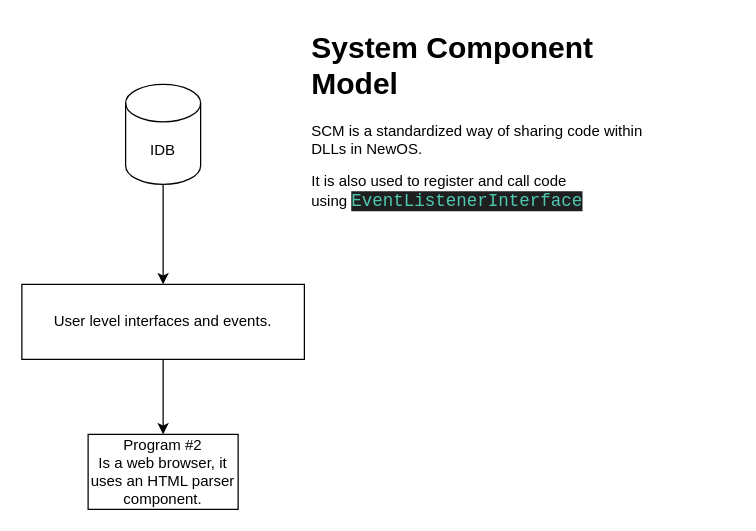
nekernel-org/nekernel keeps this draw.io diagram as SCIKit/SCM.drawio. Above is the earlier version. Source tidied: cells renumbered, new cells numbered last; positions are measured from the earlier drawing's top-left corner, leaving out a move shared by most shapes. Both pictures are drawn from the tidied source at 125%, with x=0, y=0 at pixel (21, 21).
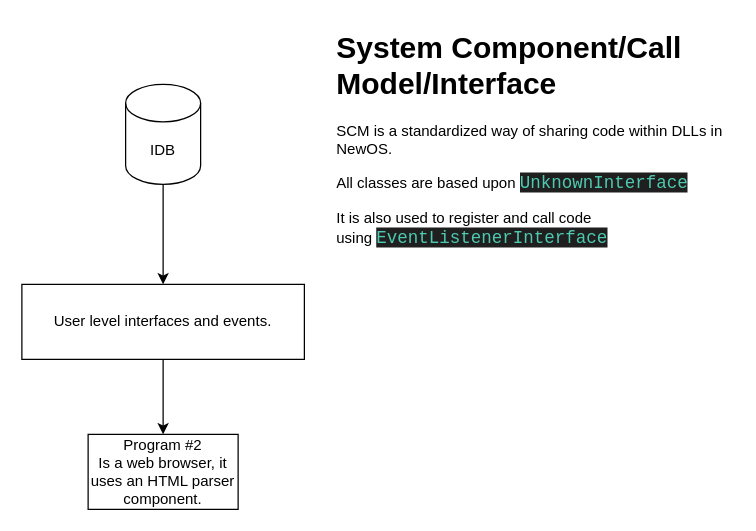
The same diagram, later.

Commit message:
[FIX] Update draw.io diagram inside SCIKit.

The edit, as a diff of the source:
```diff
@@
 <mxGraphModel>
   <root>
     <mxCell id="0" />
     <mxCell id="1" parent="0" />
     <mxCell id="2" style="edgeStyle=orthogonalEdgeStyle;rounded=0;jettySize=auto;html=1;exitX=0.5;exitY=1;exitDx=0;exitDy=0;entryX=0.5;entryY=0;entryDx=0;entryDy=0;" parent="1" edge="1" source="3" target="6">
       <mxGeometry relative="1" as="geometry" />
     </mxCell>
     <mxCell id="3" value="User level interfaces and events." style="rounded=0;whiteSpace=wrap;html=1;" parent="1" vertex="1">
       <mxGeometry y="210" width="226" height="60" as="geometry" />
     </mxCell>
     <mxCell id="4" style="edgeStyle=orthogonalEdgeStyle;rounded=0;jettySize=auto;html=1;" parent="1" edge="1" source="5" target="3">
       <mxGeometry relative="1" as="geometry" />
     </mxCell>
     <mxCell id="5" value="IDB" style="shape=cylinder3;whiteSpace=wrap;html=1;boundedLbl=1;backgroundOutline=1;size=15;" parent="1" vertex="1">
       <mxGeometry x="83" y="50" width="60" height="80" as="geometry" />
     </mxCell>
     <mxCell id="6" value="Program #2&lt;div&gt;Is a web browser, it uses an HTML parser component.&lt;/div&gt;" style="rounded=0;whiteSpace=wrap;html=1;" parent="1" vertex="1">
       <mxGeometry x="53" y="330" width="120" height="60" as="geometry" />
     </mxCell>
-    <mxCell id="7" value="&lt;h1 style=&quot;margin-top: 0px;&quot;&gt;System Component Model&lt;/h1&gt;&lt;p&gt;SCM is a standardized way of sharing code within DLLs in NewOS.&lt;/p&gt;&lt;p&gt;It is also used to register and call code using&amp;nbsp;&lt;span style=&quot;color: rgb(78, 201, 176); background-color: rgb(31, 31, 31); font-family: Consolas, &amp;quot;Courier New&amp;quot;, monospace; font-size: 14px;&quot;&gt;EventListenerInterface&lt;/span&gt;&lt;/p&gt;" style="text;html=1;whiteSpace=wrap;overflow=hidden;rounded=0;" parent="1" vertex="1">
-      <mxGeometry x="230" width="270" height="160" as="geometry" />
+    <mxCell id="7" value="&lt;h1 style=&quot;margin-top: 0px;&quot;&gt;System Component/Call Model/Interface&lt;/h1&gt;&lt;p&gt;SCM is a standardized way of sharing code within DLLs in NewOS.&lt;/p&gt;&lt;p&gt;All classes are based upon&amp;nbsp;&lt;span style=&quot;color: rgb(78, 201, 176); background-color: rgb(31, 31, 31); font-family: Consolas, &amp;quot;Courier New&amp;quot;, monospace; font-size: 14px;&quot;&gt;UnknownInterface&lt;/span&gt;&lt;/p&gt;&lt;p&gt;It is also used to register and call code using&amp;nbsp;&lt;span style=&quot;color: rgb(78, 201, 176); background-color: rgb(31, 31, 31); font-family: Consolas, &amp;quot;Courier New&amp;quot;, monospace; font-size: 14px;&quot;&gt;EventListenerInterface&lt;/span&gt;&lt;/p&gt;" style="text;html=1;whiteSpace=wrap;overflow=hidden;rounded=0;" parent="1" vertex="1">
+      <mxGeometry x="250" width="320" height="240" as="geometry" />
     </mxCell>
   </root>
 </mxGraphModel>
```
